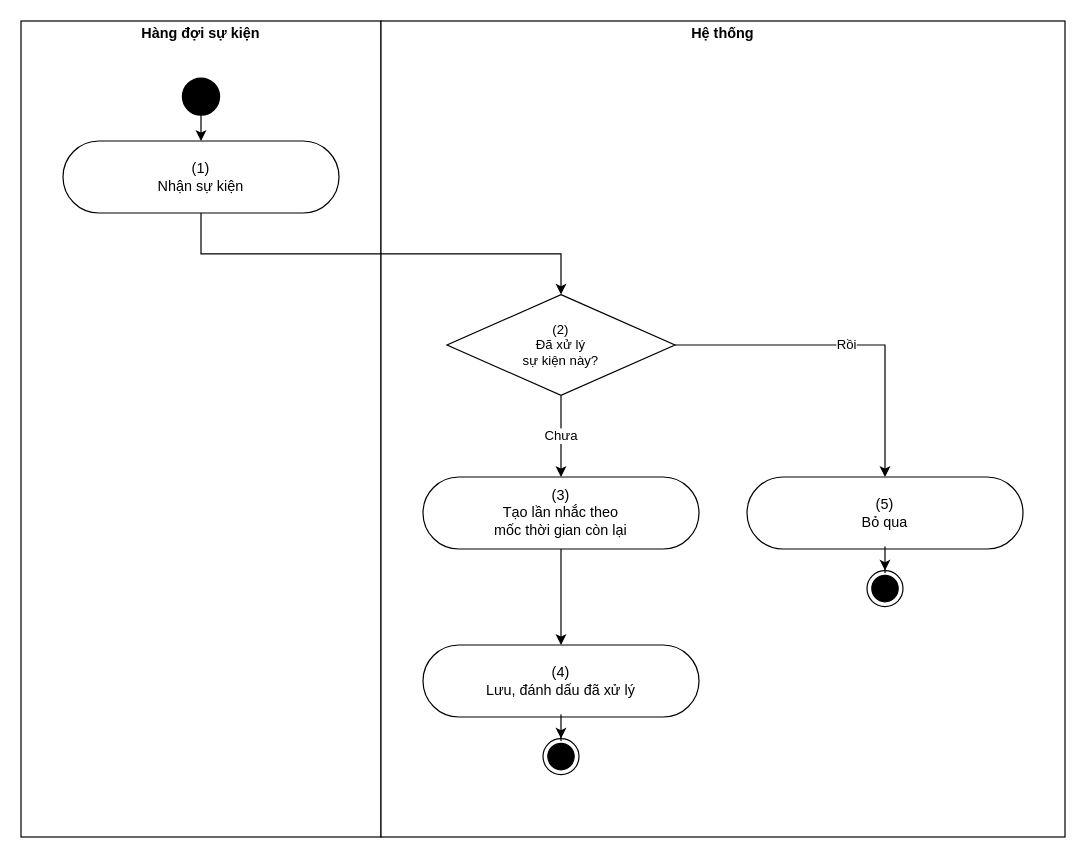
Earlier version of the draw.io diagram page "UC 50 Schedule reminders when an appointment is created" (1 of 8) of docs/02-requirements/srs/dist/diagrams/10-activity-system.drawio (viethung12062005/smart-hospital-platform). Source tidied: cells renumbered, new cells numbered last; positions are measured from the earlier drawing's top-left corner, leaving out a move shared by most shapes. Both pictures are drawn from the tidied source at 120%, with x=0, y=0 at pixel (20, 20).
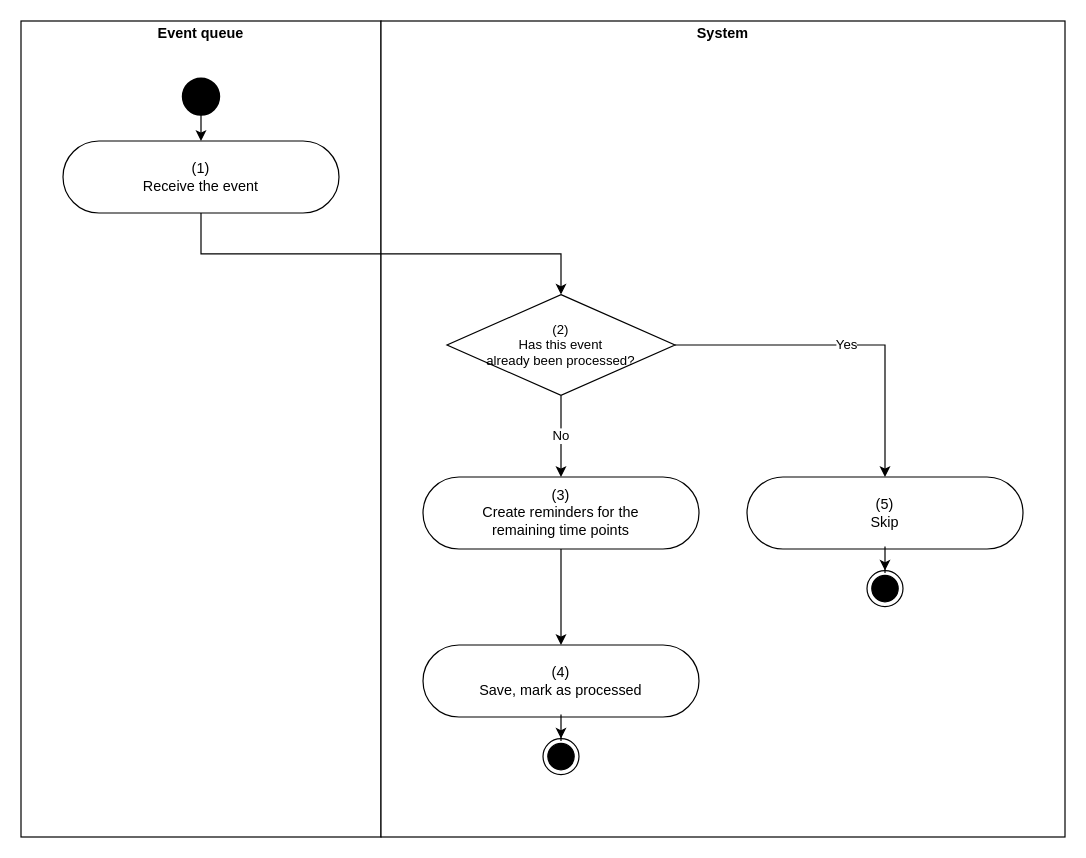
Above is the later version.

Change to the diagram source:
```diff
@@
 <mxGraphModel>
   <root>
     <mxCell id="0" />
     <mxCell id="1" parent="0" />
-    <mxCell id="2" value="&lt;p style=&quot;margin:0px;margin-top:4px;text-align:center&quot;&gt;&lt;b&gt;Hàng đợi sự kiện&lt;/b&gt;&lt;/p&gt;" style="verticalAlign=top;align=left;overflow=fill;fontSize=12;fontFamily=Helvetica;html=1;rounded=0;shadow=0;strokeColor=#000000;gradientColor=none;whiteSpace=wrap;" parent="1" vertex="1">
+    <mxCell id="2" value="&lt;p style=&quot;margin:0px;margin-top:4px;text-align:center&quot;&gt;&lt;b&gt;Event queue&lt;/b&gt;&lt;/p&gt;" style="verticalAlign=top;align=left;overflow=fill;fontSize=12;fontFamily=Helvetica;html=1;rounded=0;shadow=0;strokeColor=#000000;gradientColor=none;whiteSpace=wrap;" parent="1" vertex="1">
       <mxGeometry width="300" height="680" as="geometry" />
     </mxCell>
-    <mxCell id="3" value="&lt;p style=&quot;margin:0px;margin-top:4px;text-align:center&quot;&gt;&lt;b&gt;Hệ thống&lt;/b&gt;&lt;/p&gt;" style="verticalAlign=top;align=left;overflow=fill;fontSize=12;fontFamily=Helvetica;html=1;rounded=0;shadow=0;strokeColor=#000000;gradientColor=none;whiteSpace=wrap;" parent="1" vertex="1">
+    <mxCell id="3" value="&lt;p style=&quot;margin:0px;margin-top:4px;text-align:center&quot;&gt;&lt;b&gt;System&lt;/b&gt;&lt;/p&gt;" style="verticalAlign=top;align=left;overflow=fill;fontSize=12;fontFamily=Helvetica;html=1;rounded=0;shadow=0;strokeColor=#000000;gradientColor=none;whiteSpace=wrap;" parent="1" vertex="1">
       <mxGeometry x="300" width="570" height="680" as="geometry" />
     </mxCell>
-    <mxCell id="4" value="(1)&lt;br&gt;Nhận sự kiện" style="html=1;dashed=0;whitespace=wrap;shape=mxgraph.dfd.start;rounded=0;shadow=0;strokeColor=#000000;gradientColor=none;whiteSpace=wrap;fontSize=12;" parent="1" vertex="1">
+    <mxCell id="4" value="(1)&lt;br&gt;Receive the event" style="html=1;dashed=0;whitespace=wrap;shape=mxgraph.dfd.start;rounded=0;shadow=0;strokeColor=#000000;gradientColor=none;whiteSpace=wrap;fontSize=12;" parent="1" vertex="1">
       <mxGeometry x="35" y="100" width="230" height="60" as="geometry" />
     </mxCell>
-    <mxCell id="5" value="(2)&lt;br&gt;Đã xử lý&lt;br&gt;sự kiện này?" style="rhombus;html=1;whiteSpace=wrap;strokeColor=#000000;fontSize=11;" parent="1" vertex="1">
+    <mxCell id="5" value="(2)&lt;br&gt;Has this event&lt;br&gt;already been processed?" style="rhombus;html=1;whiteSpace=wrap;strokeColor=#000000;fontSize=11;" parent="1" vertex="1">
       <mxGeometry x="355" y="228" width="190" height="84" as="geometry" />
     </mxCell>
-    <mxCell id="6" value="(3)&lt;br&gt;Tạo lần nhắc theo&lt;br&gt;mốc thời gian còn lại" style="html=1;dashed=0;whitespace=wrap;shape=mxgraph.dfd.start;rounded=0;shadow=0;strokeColor=#000000;gradientColor=none;whiteSpace=wrap;fontSize=12;" parent="1" vertex="1">
+    <mxCell id="6" value="(3)&lt;br&gt;Create reminders for the&lt;br&gt;remaining time points" style="html=1;dashed=0;whitespace=wrap;shape=mxgraph.dfd.start;rounded=0;shadow=0;strokeColor=#000000;gradientColor=none;whiteSpace=wrap;fontSize=12;" parent="1" vertex="1">
       <mxGeometry x="335" y="380" width="230" height="60" as="geometry" />
     </mxCell>
-    <mxCell id="7" value="(4)&lt;br&gt;Lưu, đánh dấu đã xử lý" style="html=1;dashed=0;whitespace=wrap;shape=mxgraph.dfd.start;rounded=0;shadow=0;strokeColor=#000000;gradientColor=none;whiteSpace=wrap;fontSize=12;" parent="1" vertex="1">
+    <mxCell id="7" value="(4)&lt;br&gt;Save, mark as processed" style="html=1;dashed=0;whitespace=wrap;shape=mxgraph.dfd.start;rounded=0;shadow=0;strokeColor=#000000;gradientColor=none;whiteSpace=wrap;fontSize=12;" parent="1" vertex="1">
       <mxGeometry x="335" y="520" width="230" height="60" as="geometry" />
     </mxCell>
-    <mxCell id="8" value="(5)&lt;br&gt;Bỏ qua" style="html=1;dashed=0;whitespace=wrap;shape=mxgraph.dfd.start;rounded=0;shadow=0;strokeColor=#000000;gradientColor=none;whiteSpace=wrap;fontSize=12;" parent="1" vertex="1">
+    <mxCell id="8" value="(5)&lt;br&gt;Skip" style="html=1;dashed=0;whitespace=wrap;shape=mxgraph.dfd.start;rounded=0;shadow=0;strokeColor=#000000;gradientColor=none;whiteSpace=wrap;fontSize=12;" parent="1" vertex="1">
       <mxGeometry x="605" y="380" width="230" height="60" as="geometry" />
     </mxCell>
     <mxCell id="9" style="strokeWidth=2;html=1;shape=mxgraph.flowchart.start_2;whiteSpace=wrap;rounded=0;shadow=0;gradientColor=none;fillColor=#000000;" parent="1" vertex="1">
       <mxGeometry x="135" y="48" width="30" height="30" as="geometry" />
     </mxCell>
     <mxCell id="10" style="edgeStyle=orthogonalEdgeStyle;rounded=0;jettySize=auto;html=1;" parent="1" edge="1" source="9" target="4">
       <mxGeometry relative="1" as="geometry" />
     </mxCell>
     <mxCell id="11" style="edgeStyle=orthogonalEdgeStyle;rounded=0;jettySize=auto;html=1;exitX=0.5;exitY=1;exitDx=0;exitDy=0;entryX=0.5;entryY=0;entryDx=0;entryDy=0;" parent="1" edge="1" source="4" target="5">
       <mxGeometry relative="1" as="geometry" />
     </mxCell>
-    <mxCell id="12" value="Chưa" style="edgeStyle=orthogonalEdgeStyle;rounded=0;jettySize=auto;html=1;exitX=0.5;exitY=1;exitDx=0;exitDy=0;entryX=0.5;entryY=0;entryDx=0;entryDy=0;" parent="1" edge="1" source="5" target="6">
+    <mxCell id="12" value="No" style="edgeStyle=orthogonalEdgeStyle;rounded=0;jettySize=auto;html=1;exitX=0.5;exitY=1;exitDx=0;exitDy=0;entryX=0.5;entryY=0;entryDx=0;entryDy=0;" parent="1" edge="1" source="5" target="6">
       <mxGeometry relative="1" as="geometry" />
     </mxCell>
-    <mxCell id="13" value="Rồi" style="edgeStyle=orthogonalEdgeStyle;rounded=0;jettySize=auto;html=1;exitX=1;exitY=0.5;exitDx=0;exitDy=0;entryX=0.5;entryY=0;entryDx=0;entryDy=0;" parent="1" edge="1" source="5" target="8">
+    <mxCell id="13" value="Yes" style="edgeStyle=orthogonalEdgeStyle;rounded=0;jettySize=auto;html=1;exitX=1;exitY=0.5;exitDx=0;exitDy=0;entryX=0.5;entryY=0;entryDx=0;entryDy=0;" parent="1" edge="1" source="5" target="8">
       <mxGeometry relative="1" as="geometry" />
     </mxCell>
     <mxCell id="14" style="edgeStyle=orthogonalEdgeStyle;rounded=0;jettySize=auto;html=1;exitX=0.5;exitY=1;exitDx=0;exitDy=0;entryX=0.5;entryY=0;entryDx=0;entryDy=0;" parent="1" edge="1" source="6" target="7">
       <mxGeometry relative="1" as="geometry" />
     </mxCell>
     <mxCell id="15" style="ellipse;html=1;shape=endState;fillColor=#000000;rounded=0;shadow=0;whiteSpace=wrap;" parent="1" vertex="1">
       <mxGeometry x="435" y="598" width="30" height="30" as="geometry" />
     </mxCell>
     <mxCell id="16" style="edgeStyle=orthogonalEdgeStyle;rounded=0;jettySize=auto;html=1;" parent="1" edge="1" source="7" target="15">
       <mxGeometry relative="1" as="geometry" />
     </mxCell>
     <mxCell id="17" style="ellipse;html=1;shape=endState;fillColor=#000000;rounded=0;shadow=0;whiteSpace=wrap;" parent="1" vertex="1">
       <mxGeometry x="705" y="458" width="30" height="30" as="geometry" />
     </mxCell>
     <mxCell id="18" style="edgeStyle=orthogonalEdgeStyle;rounded=0;jettySize=auto;html=1;" parent="1" edge="1" source="8" target="17">
       <mxGeometry relative="1" as="geometry" />
     </mxCell>
   </root>
 </mxGraphModel>
```
